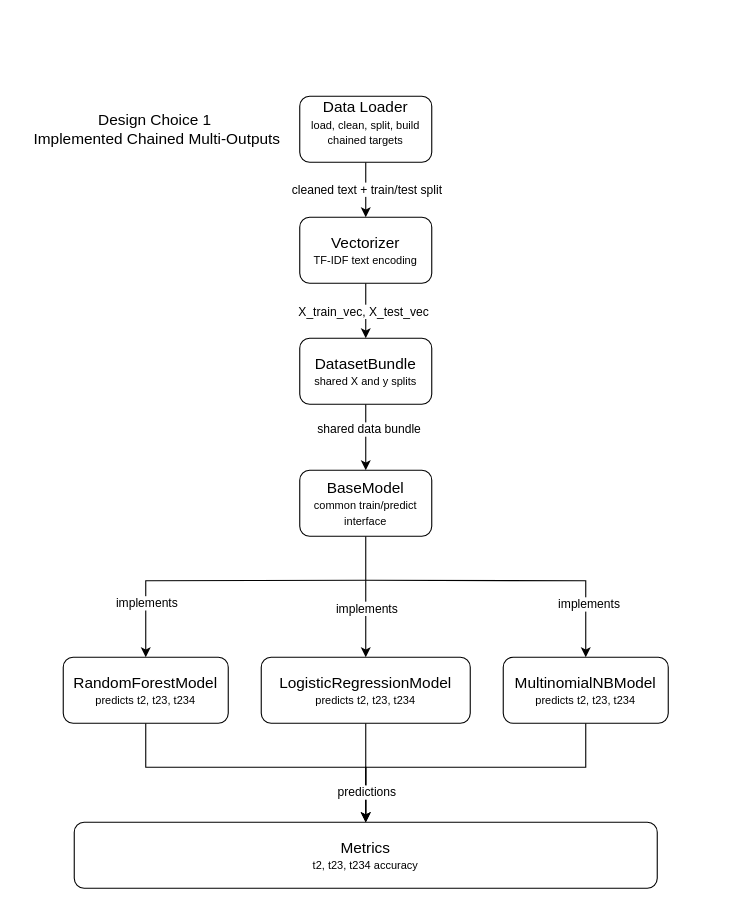
The draw.io diagram docs/Design Choice 1.drawio in Dylanjb96/E-E-AI-CA, before the edit. Source tidied: cells renumbered, new cells numbered last; positions are measured from the earlier drawing's top-left corner, leaving out a move shared by most shapes. Both pictures are drawn from the tidied source at 110%, with x=0, y=0 at pixel (19, 96).
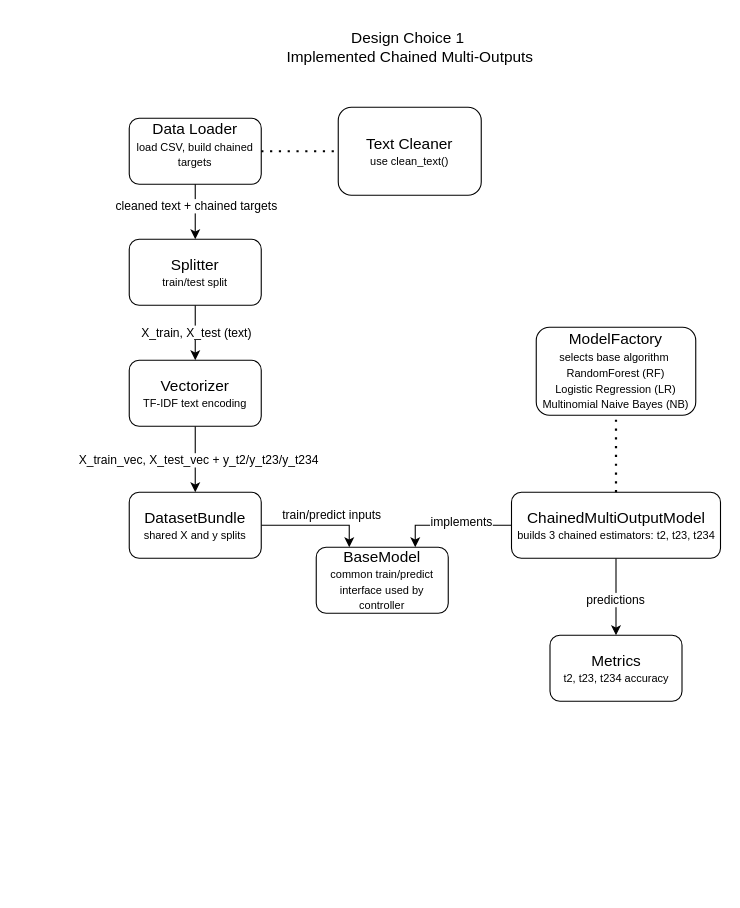
After the change.

Commit message (it also covers changes not shown here):
Fix and update comonents/architecture

What changed in the source:
```diff
@@
-    <mxCell id="2" style="edgeStyle=orthogonalEdgeStyle;rounded=0;jettySize=auto;html=1;" parent="1" edge="1" source="4" target="7">
-      <mxGeometry relative="1" as="geometry" />
-    </mxCell>
-    <mxCell id="3" value="cleaned text + train/test split" style="edgeLabel;html=1;align=center;verticalAlign=middle;" parent="2" vertex="1">
-      <mxGeometry x="-0.04" relative="1" as="geometry" />
-    </mxCell>
-    <mxCell id="4" value="&lt;font style=&quot;font-size: 14px;&quot;&gt;Data Loader&lt;/font&gt;&lt;div&gt;&lt;span style=&quot;background-color: transparent; color: light-dark(rgb(0, 0, 0), rgb(255, 255, 255));&quot;&gt;&lt;font style=&quot;font-size: 10px;&quot;&gt;load, clean, split, build chained targets&lt;/font&gt;&lt;/span&gt;&lt;div&gt;&lt;p&gt;&lt;/p&gt;&lt;/div&gt;&lt;/div&gt;" style="rounded=1;whiteSpace=wrap;html=1;" parent="1" vertex="1">
-      <mxGeometry x="255" width="120" height="60" as="geometry" />
+    <mxCell id="4" value="&lt;font style=&quot;font-size: 14px;&quot;&gt;Data Loader&lt;/font&gt;&lt;div&gt;&lt;span style=&quot;background-color: transparent; color: light-dark(rgb(0, 0, 0), rgb(255, 255, 255));&quot;&gt;&lt;font style=&quot;font-size: 10px;&quot;&gt;load CSV, build chained targets&lt;/font&gt;&lt;/span&gt;&lt;div&gt;&lt;p&gt;&lt;/p&gt;&lt;/div&gt;&lt;/div&gt;" style="rounded=1;whiteSpace=wrap;html=1;" parent="1" vertex="1">
+      <mxGeometry x="100" y="20" width="120" height="60" as="geometry" />
     </mxCell>
-    <mxCell id="5" style="edgeStyle=orthogonalEdgeStyle;rounded=0;jettySize=auto;html=1;" parent="1" edge="1" source="7" target="10">
+    <mxCell id="5" style="edgeStyle=orthogonalEdgeStyle;rounded=0;jettySize=auto;html=1;entryX=0.5;entryY=0;entryDx=0;entryDy=0;exitX=0.5;exitY=1;exitDx=0;exitDy=0;" parent="1" edge="1" source="7" target="10">
       <mxGeometry relative="1" as="geometry" />
     </mxCell>
-    <mxCell id="6" value="X_train_vec, X_test_vec" style="edgeLabel;html=1;align=center;verticalAlign=middle;" parent="5" vertex="1">
-      <mxGeometry x="-0.02" y="-3" relative="1" as="geometry" />
+    <mxCell id="6" value="X_train_vec, X_test_vec +&amp;nbsp;&lt;span style=&quot;background-color: light-dark(#ffffff, var(--ge-dark-color, #121212)); color: light-dark(rgb(0, 0, 0), rgb(255, 255, 255));&quot;&gt;y_t2/y_t23/y_t234&lt;/span&gt;" style="edgeLabel;html=1;align=center;verticalAlign=middle;" parent="5" vertex="1">
+      <mxGeometry x="-0.02" y="-3" relative="1" as="geometry">
+        <mxPoint x="5" y="1" as="offset" />
+      </mxGeometry>
     </mxCell>
     <mxCell id="7" value="&lt;font style=&quot;font-size: 14px;&quot;&gt;Vectorizer&lt;/font&gt;&lt;div&gt;&lt;font size=&quot;1&quot;&gt;TF-IDF text encoding&lt;/font&gt;&lt;/div&gt;" style="whiteSpace=wrap;html=1;rounded=1;" parent="1" vertex="1">
-      <mxGeometry x="255" y="110" width="120" height="60" as="geometry" />
+      <mxGeometry x="100" y="240" width="120" height="60" as="geometry" />
     </mxCell>
-    <mxCell id="8" style="edgeStyle=orthogonalEdgeStyle;rounded=0;jettySize=auto;html=1;" parent="1" edge="1" source="10" target="13">
+    <mxCell id="8" style="edgeStyle=orthogonalEdgeStyle;rounded=0;jettySize=auto;html=1;entryX=0.25;entryY=0;entryDx=0;entryDy=0;" parent="1" edge="1" source="10" target="31">
       <mxGeometry relative="1" as="geometry" />
     </mxCell>
-    <mxCell id="9" value="shared data bundle" style="edgeLabel;html=1;align=center;verticalAlign=middle;" parent="8" vertex="1">
-      <mxGeometry x="-0.26" y="2" relative="1" as="geometry" />
-    </mxCell>
+    <mxCell id="27" value="train/predict inputs" style="edgeLabel;html=1;align=center;verticalAlign=middle;" parent="8" vertex="1">
+      <mxGeometry x="-0.38" y="-3" relative="1" as="geometry">
+        <mxPoint x="32" y="-13" as="offset" />
+      </mxGeometry>
+    </mxCell>
     <mxCell id="10" value="&lt;font style=&quot;font-size: 14px;&quot;&gt;DatasetBundle&lt;/font&gt;&lt;div&gt;&lt;font size=&quot;1&quot;&gt;shared X and y splits&lt;/font&gt;&lt;/div&gt;" style="whiteSpace=wrap;html=1;rounded=1;" parent="1" vertex="1">
-      <mxGeometry x="255" y="220" width="120" height="60" as="geometry" />
+      <mxGeometry x="100" y="360" width="120" height="60" as="geometry" />
     </mxCell>
-    <mxCell id="11" style="edgeStyle=orthogonalEdgeStyle;rounded=0;jettySize=auto;html=1;" parent="1" edge="1" source="13" target="19">
-      <mxGeometry relative="1" as="geometry" />
-    </mxCell>
-    <mxCell id="12" value="implements" style="edgeLabel;html=1;align=center;verticalAlign=middle;" parent="11" vertex="1">
-      <mxGeometry x="0.19" relative="1" as="geometry" />
-    </mxCell>
+    <mxCell id="28" style="edgeStyle=orthogonalEdgeStyle;rounded=0;jettySize=auto;html=1;" parent="1" edge="1" source="13" target="25">
+      <mxGeometry relative="1" as="geometry" />
+    </mxCell>
+    <mxCell id="23" value="predictions" style="edgeLabel;html=1;align=center;verticalAlign=middle;" parent="28" vertex="1">
+      <mxGeometry x="0.06" y="-1" relative="1" as="geometry" />
+    </mxCell>
+    <mxCell id="29" style="edgeStyle=orthogonalEdgeStyle;rounded=0;jettySize=auto;html=1;entryX=0.75;entryY=0;entryDx=0;entryDy=0;" parent="1" edge="1" source="13" target="31">
+      <mxGeometry relative="1" as="geometry" />
+    </mxCell>
+    <mxCell id="30" value="implements" style="edgeLabel;html=1;align=center;verticalAlign=middle;" parent="29" vertex="1">
+      <mxGeometry x="-0.15" y="-4" relative="1" as="geometry" />
+    </mxCell>
-    <mxCell id="13" value="&lt;font style=&quot;font-size: 14px;&quot;&gt;BaseModel&lt;/font&gt;&lt;div&gt;&lt;font size=&quot;1&quot;&gt;common train/predict interface&lt;/font&gt;&lt;/div&gt;" style="whiteSpace=wrap;html=1;rounded=1;" parent="1" vertex="1">
-      <mxGeometry x="255" y="340" width="120" height="60" as="geometry" />
+    <mxCell id="13" value="&lt;font style=&quot;font-size: 14px;&quot;&gt;ChainedMultiOutputModel&lt;/font&gt;&lt;div&gt;&lt;font size=&quot;1&quot;&gt;builds 3 chained estimators: t2, t23, t234&lt;/font&gt;&lt;/div&gt;" style="whiteSpace=wrap;html=1;rounded=1;" parent="1" vertex="1">
+      <mxGeometry x="447.5" y="360" width="190" height="60" as="geometry" />
     </mxCell>
-    <mxCell id="14" style="edgeStyle=orthogonalEdgeStyle;rounded=0;jettySize=auto;html=1;" parent="1" edge="1" target="21">
-      <mxGeometry relative="1" as="geometry">
-        <mxPoint x="315" y="440" as="sourcePoint" />
-      </mxGeometry>
-    </mxCell>
-    <mxCell id="15" value="implements" style="edgeLabel;html=1;align=center;verticalAlign=middle;" parent="14" vertex="1">
-      <mxGeometry x="0.63" relative="1" as="geometry" />
-    </mxCell>
-    <mxCell id="16" style="edgeStyle=orthogonalEdgeStyle;rounded=0;jettySize=auto;html=1;" parent="1" edge="1" target="24">
-      <mxGeometry relative="1" as="geometry">
-        <mxPoint x="315" y="440" as="sourcePoint" />
-      </mxGeometry>
-    </mxCell>
-    <mxCell id="17" value="implements" style="edgeLabel;html=1;align=center;verticalAlign=middle;" parent="16" vertex="1">
-      <mxGeometry x="0.64" y="2" relative="1" as="geometry" />
-    </mxCell>
-    <mxCell id="18" style="edgeStyle=orthogonalEdgeStyle;rounded=0;jettySize=auto;html=1;" parent="1" edge="1" source="19" target="25">
-      <mxGeometry relative="1" as="geometry" />
-    </mxCell>
-    <mxCell id="19" value="&lt;font style=&quot;font-size: 14px;&quot;&gt;LogisticRegressionModel&lt;/font&gt;&lt;div&gt;&lt;font size=&quot;1&quot;&gt;predicts t2, t23, t234&lt;/font&gt;&lt;/div&gt;" style="whiteSpace=wrap;html=1;rounded=1;" parent="1" vertex="1">
-      <mxGeometry x="220" y="510" width="190" height="60" as="geometry" />
-    </mxCell>
-    <mxCell id="20" style="edgeStyle=orthogonalEdgeStyle;rounded=0;jettySize=auto;html=1;" parent="1" edge="1" source="21" target="25">
-      <mxGeometry relative="1" as="geometry">
-        <Array as="points">
-          <mxPoint x="115" y="610" />
-          <mxPoint x="315" y="610" />
-        </Array>
-      </mxGeometry>
-    </mxCell>
-    <mxCell id="21" value="&lt;font style=&quot;font-size: 14px;&quot;&gt;RandomForestModel&lt;/font&gt;&lt;div&gt;&lt;font size=&quot;1&quot;&gt;predicts t2, t23, t234&lt;/font&gt;&lt;/div&gt;" style="whiteSpace=wrap;html=1;rounded=1;" parent="1" vertex="1">
-      <mxGeometry x="40" y="510" width="150" height="60" as="geometry" />
-    </mxCell>
-    <mxCell id="22" style="edgeStyle=orthogonalEdgeStyle;rounded=0;jettySize=auto;html=1;" parent="1" edge="1" source="24" target="25">
-      <mxGeometry relative="1" as="geometry">
-        <Array as="points">
-          <mxPoint x="515" y="610" />
-          <mxPoint x="315" y="610" />
-        </Array>
-      </mxGeometry>
-    </mxCell>
-    <mxCell id="23" value="predictions" style="edgeLabel;html=1;align=center;verticalAlign=middle;" parent="22" vertex="1">
-      <mxGeometry x="0.72" y="1" relative="1" as="geometry">
-        <mxPoint x="-1" y="13" as="offset" />
-      </mxGeometry>
-    </mxCell>
-    <mxCell id="24" value="&lt;font style=&quot;font-size: 14px;&quot;&gt;MultinomialNBModel&lt;/font&gt;&lt;div&gt;&lt;font size=&quot;1&quot;&gt;predicts t2, t23, t234&lt;/font&gt;&lt;/div&gt;" style="whiteSpace=wrap;html=1;rounded=1;" parent="1" vertex="1">
-      <mxGeometry x="440" y="510" width="150" height="60" as="geometry" />
-    </mxCell>
     <mxCell id="25" value="&lt;font style=&quot;font-size: 14px;&quot;&gt;Metrics&lt;/font&gt;&lt;div&gt;&lt;font size=&quot;1&quot;&gt;t2, t23, t234 accuracy&lt;/font&gt;&lt;/div&gt;" style="whiteSpace=wrap;html=1;rounded=1;" parent="1" vertex="1">
-      <mxGeometry x="50" y="660" width="530" height="60" as="geometry" />
+      <mxGeometry x="482.5" y="490" width="120" height="60" as="geometry" />
     </mxCell>
     <mxCell id="26" value="&lt;font style=&quot;font-size: 14px;&quot;&gt;Design Choice 1&amp;nbsp;&lt;/font&gt;&lt;div&gt;&lt;font style=&quot;font-size: 14px;&quot;&gt;Implemented Chained Multi-Outputs&lt;/font&gt;&lt;/div&gt;" style="text;html=1;align=center;verticalAlign=middle;strokeColor=none;fillColor=none;" parent="1" vertex="1">
-      <mxGeometry y="5" width="250" height="50" as="geometry" />
+      <mxGeometry x="230" y="-70" width="250" height="50" as="geometry" />
     </mxCell>
+    <mxCell id="31" value="&lt;font style=&quot;font-size: 14px;&quot;&gt;BaseModel&lt;/font&gt;&lt;div&gt;&lt;font size=&quot;1&quot;&gt;common train/predict interface used by controller&lt;/font&gt;&lt;/div&gt;" style="whiteSpace=wrap;html=1;rounded=1;" parent="1" vertex="1">
+      <mxGeometry x="270" y="410" width="120" height="60" as="geometry" />
+    </mxCell>
+    <mxCell id="32" style="edgeStyle=orthogonalEdgeStyle;rounded=0;jettySize=auto;html=1;entryX=0.5;entryY=0;entryDx=0;entryDy=0;exitX=0.5;exitY=1;exitDx=0;exitDy=0;" parent="1" edge="1" source="4" target="36">
+      <mxGeometry relative="1" as="geometry" />
+    </mxCell>
+    <mxCell id="33" value="cleaned text + chained targets" style="edgeLabel;html=1;align=center;verticalAlign=middle;" parent="32" vertex="1">
+      <mxGeometry x="-0.27" y="-1" relative="1" as="geometry">
+        <mxPoint x="1" y="1" as="offset" />
+      </mxGeometry>
+    </mxCell>
+    <mxCell id="34" style="edgeStyle=orthogonalEdgeStyle;rounded=0;jettySize=auto;html=1;entryX=0.5;entryY=0;entryDx=0;entryDy=0;exitX=0.5;exitY=1;exitDx=0;exitDy=0;" parent="1" edge="1" source="36" target="7">
+      <mxGeometry relative="1" as="geometry" />
+    </mxCell>
+    <mxCell id="35" value="X_train, X_test (text)" style="edgeLabel;html=1;align=center;verticalAlign=middle;" parent="34" vertex="1">
+      <mxGeometry x="-0.28" y="-2" relative="1" as="geometry">
+        <mxPoint x="2" y="6" as="offset" />
+      </mxGeometry>
+    </mxCell>
+    <mxCell id="36" value="&lt;div&gt;&lt;span style=&quot;font-size: 14px;&quot;&gt;Splitter&lt;/span&gt;&lt;/div&gt;&lt;div&gt;&lt;span style=&quot;font-size: 10px;&quot;&gt;train/test split&lt;/span&gt;&lt;/div&gt;" style="whiteSpace=wrap;html=1;rounded=1;" parent="1" vertex="1">
+      <mxGeometry x="100" y="130" width="120" height="60" as="geometry" />
+    </mxCell>
+    <mxCell id="37" value="&lt;font style=&quot;font-size: 14px;&quot;&gt;ModelFactory&lt;/font&gt;&lt;div&gt;&lt;font size=&quot;1&quot;&gt;selects base algorithm&amp;nbsp;&lt;/font&gt;&lt;/div&gt;&lt;div&gt;&lt;font size=&quot;1&quot;&gt;RandomForest (RF)&lt;/font&gt;&lt;/div&gt;&lt;div&gt;&lt;font size=&quot;1&quot;&gt;Logistic Regression (LR)&lt;/font&gt;&lt;/div&gt;&lt;div&gt;&lt;font size=&quot;1&quot;&gt;Multinomial Naive Bayes (NB)&lt;/font&gt;&lt;/div&gt;" style="whiteSpace=wrap;html=1;rounded=1;" parent="1" vertex="1">
+      <mxGeometry x="470" y="210" width="145" height="80" as="geometry" />
+    </mxCell>
+    <mxCell id="38" style="endArrow=none;dashed=1;html=1;dashPattern=1 3;strokeWidth=2;rounded=0;entryX=0.5;entryY=1;entryDx=0;entryDy=0;exitX=0.5;exitY=0;exitDx=0;exitDy=0;" parent="1" edge="1" source="13" target="37">
+      <mxGeometry relative="1" as="geometry" />
+    </mxCell>
+    <mxCell id="39" value="&lt;span style=&quot;font-size: 14px;&quot;&gt;Text Cleaner&lt;/span&gt;&lt;br&gt;&lt;div&gt;&lt;font size=&quot;1&quot;&gt;use clean_text()&lt;/font&gt;&lt;/div&gt;" style="whiteSpace=wrap;html=1;rounded=1;" parent="1" vertex="1">
+      <mxGeometry x="290" y="10" width="130" height="80" as="geometry" />
+    </mxCell>
+    <mxCell id="40" style="endArrow=none;dashed=1;html=1;dashPattern=1 3;strokeWidth=2;rounded=0;entryX=0;entryY=0.5;entryDx=0;entryDy=0;exitX=1;exitY=0.5;exitDx=0;exitDy=0;" parent="1" edge="1" source="4" target="39">
+      <mxGeometry relative="1" as="geometry" />
+    </mxCell>
```
